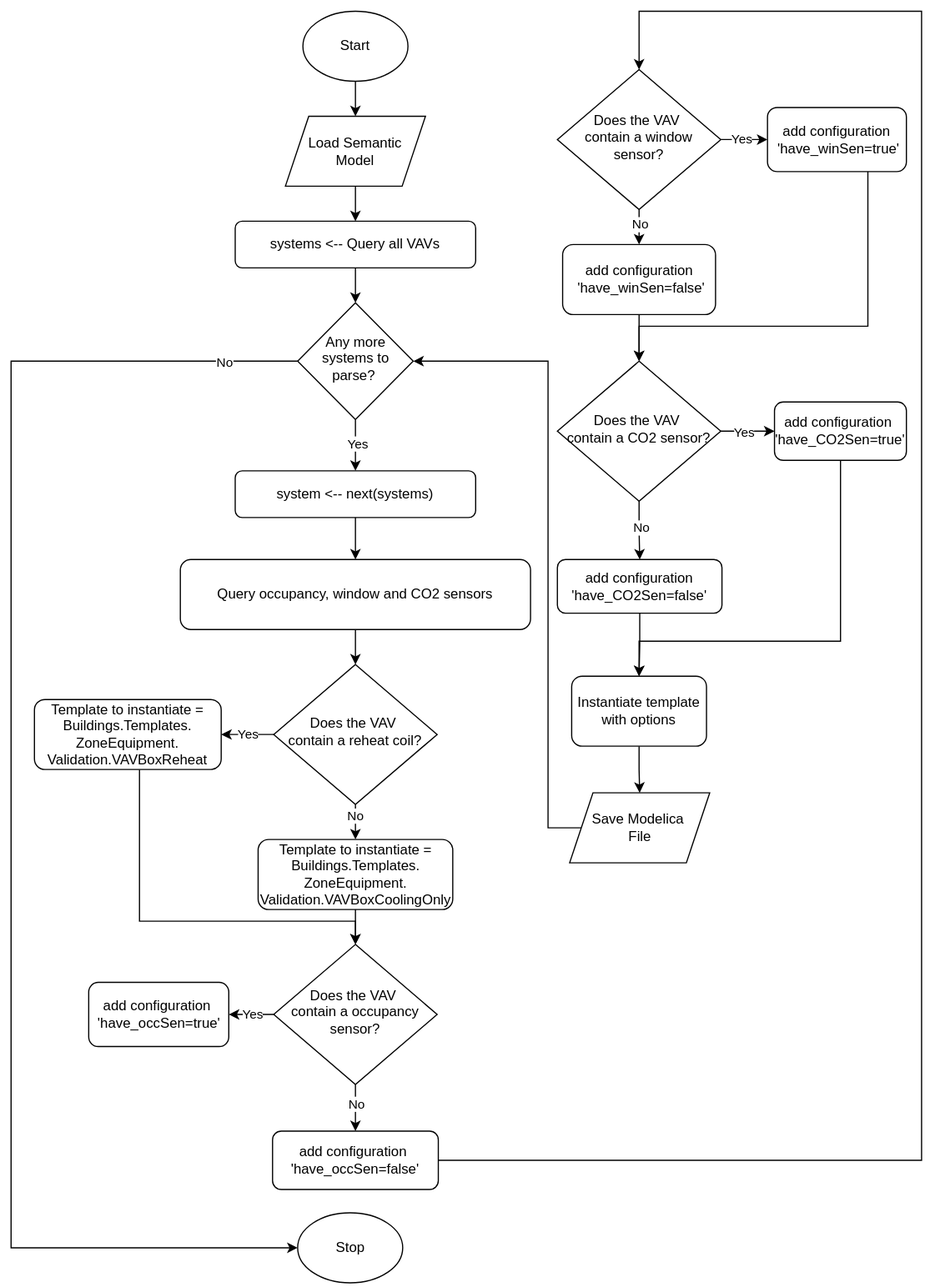
Earlier version of the draw.io export specification/source/img/VAVworkflow.svg (lbl-srg/obc). Source tidied: cells renumbered, new cells last; positions are measured from the earlier drawing's top-left corner, leaving out a move shared by most shapes. Source of this version:
```xml
<mxGraphModel>
  <root>
    <mxCell id="0" />
    <mxCell id="1" parent="0" />
    <mxCell id="2" style="edgeStyle=orthogonalEdgeStyle;rounded=0;jettySize=auto;html=1;entryX=0.5;entryY=0;entryDx=0;entryDy=0;" parent="1" edge="1" source="3" target="5">
      <mxGeometry relative="1" as="geometry" />
    </mxCell>
    <mxCell id="3" value="Load Semantic &lt;br&gt;Model" style="shape=parallelogram;perimeter=parallelogramPerimeter;whiteSpace=wrap;html=1;fixedSize=1;" parent="1" vertex="1">
      <mxGeometry x="235" y="90" width="120" height="60" as="geometry" />
    </mxCell>
    <mxCell id="4" style="edgeStyle=orthogonalEdgeStyle;rounded=0;jettySize=auto;html=1;" parent="1" edge="1" source="5" target="8">
      <mxGeometry relative="1" as="geometry" />
    </mxCell>
    <mxCell id="5" value="systems &amp;lt;-- Query all VAVs" style="rounded=1;whiteSpace=wrap;html=1;fontSize=12;glass=0;strokeWidth=1;shadow=0;" parent="1" vertex="1">
      <mxGeometry x="192" y="180" width="206" height="40" as="geometry" />
    </mxCell>
    <mxCell id="6" style="edgeStyle=orthogonalEdgeStyle;rounded=0;jettySize=auto;html=1;entryX=0;entryY=0.5;entryDx=0;entryDy=0;" parent="1" edge="1" source="8" target="55">
      <mxGeometry relative="1" as="geometry">
        <Array as="points">
          <mxPoint y="300" />
          <mxPoint y="1060" />
        </Array>
      </mxGeometry>
    </mxCell>
    <mxCell id="7" value="No" style="edgeLabel;html=1;align=center;verticalAlign=middle;" parent="6" vertex="1">
      <mxGeometry x="-0.9" relative="1" as="geometry" />
    </mxCell>
    <mxCell id="8" value="Any more systems to parse?&amp;nbsp;" style="rhombus;whiteSpace=wrap;html=1;shadow=0;fontFamily=Helvetica;fontSize=12;align=center;strokeWidth=1;spacing=6;spacingTop=-4;" parent="1" vertex="1">
      <mxGeometry x="245.5" y="250" width="99" height="100" as="geometry" />
    </mxCell>
    <mxCell id="9" style="edgeStyle=orthogonalEdgeStyle;rounded=0;jettySize=auto;html=1;" parent="1" edge="1" source="10" target="14">
      <mxGeometry relative="1" as="geometry" />
    </mxCell>
    <mxCell id="10" value="system &amp;lt;-- next(systems)" style="rounded=1;whiteSpace=wrap;html=1;fontSize=12;glass=0;strokeWidth=1;shadow=0;" parent="1" vertex="1">
      <mxGeometry x="192" y="394" width="206" height="40" as="geometry" />
    </mxCell>
    <mxCell id="11" style="endArrow=classic;html=1;rounded=0;exitX=0.5;exitY=1;exitDx=0;exitDy=0;entryX=0.5;entryY=0;entryDx=0;entryDy=0;" parent="1" edge="1" source="8" target="10">
      <mxGeometry relative="1" as="geometry" />
    </mxCell>
    <mxCell id="12" value="Yes" style="edgeLabel;html=1;align=center;verticalAlign=middle;" parent="11" vertex="1">
      <mxGeometry x="-0.08" y="1" relative="1" as="geometry" />
    </mxCell>
    <mxCell id="13" style="edgeStyle=orthogonalEdgeStyle;rounded=0;jettySize=auto;html=1;" parent="1" edge="1" source="14" target="21">
      <mxGeometry relative="1" as="geometry" />
    </mxCell>
    <mxCell id="14" value="Query occupancy, window and CO2 sensors" style="rounded=1;whiteSpace=wrap;html=1;fontSize=12;glass=0;strokeWidth=1;shadow=0;" parent="1" vertex="1">
      <mxGeometry x="145" y="470" width="300" height="60" as="geometry" />
    </mxCell>
    <mxCell id="15" style="edgeStyle=orthogonalEdgeStyle;rounded=0;orthogonalLoop=1;jettySize=auto;html=1;" parent="1" edge="1">
      <mxGeometry relative="1" as="geometry">
        <mxPoint x="153" y="635" as="sourcePoint" />
      </mxGeometry>
    </mxCell>
    <mxCell id="16" style="edgeStyle=orthogonalEdgeStyle;rounded=0;jettySize=auto;html=1;" parent="1" edge="1" source="17" target="3">
      <mxGeometry relative="1" as="geometry" />
    </mxCell>
    <mxCell id="17" value="Start" style="ellipse;whiteSpace=wrap;html=1;" parent="1" vertex="1">
      <mxGeometry x="250" width="90" height="60" as="geometry" />
    </mxCell>
    <mxCell id="18" value="Yes" style="edgeStyle=orthogonalEdgeStyle;rounded=0;jettySize=auto;html=1;" parent="1" edge="1" source="21" target="23">
      <mxGeometry relative="1" as="geometry" />
    </mxCell>
    <mxCell id="19" style="edgeStyle=orthogonalEdgeStyle;rounded=0;jettySize=auto;html=1;" parent="1" edge="1" source="21" target="25">
      <mxGeometry relative="1" as="geometry" />
    </mxCell>
    <mxCell id="20" value="No" style="edgeLabel;html=1;align=center;verticalAlign=middle;" parent="19" vertex="1">
      <mxGeometry x="0.5" y="-1" relative="1" as="geometry">
        <mxPoint y="-8" as="offset" />
      </mxGeometry>
    </mxCell>
    <mxCell id="21" value="Does the VAV&amp;nbsp;&lt;div&gt;contain a reheat coil?&lt;/div&gt;" style="rhombus;whiteSpace=wrap;html=1;shadow=0;fontFamily=Helvetica;fontSize=12;align=center;strokeWidth=1;spacing=6;spacingTop=-4;" parent="1" vertex="1">
      <mxGeometry x="225" y="560" width="140" height="120" as="geometry" />
    </mxCell>
    <mxCell id="22" style="edgeStyle=orthogonalEdgeStyle;rounded=0;jettySize=auto;html=1;entryX=0.5;entryY=0;entryDx=0;entryDy=0;" parent="1" edge="1" source="23" target="29">
      <mxGeometry relative="1" as="geometry">
        <Array as="points">
          <mxPoint x="110" y="780" />
          <mxPoint x="295" y="780" />
        </Array>
      </mxGeometry>
    </mxCell>
    <mxCell id="23" value="Template to instantiate = Buildings.Templates.&lt;div&gt;ZoneEquipment.&lt;div&gt;Validation.VAVBoxReheat&lt;/div&gt;&lt;/div&gt;" style="rounded=1;whiteSpace=wrap;html=1;fontSize=12;glass=0;strokeWidth=1;shadow=0;" parent="1" vertex="1">
      <mxGeometry x="20" y="590" width="160" height="60" as="geometry" />
    </mxCell>
    <mxCell id="24" style="edgeStyle=orthogonalEdgeStyle;rounded=0;jettySize=auto;html=1;" parent="1" edge="1" source="25" target="29">
      <mxGeometry relative="1" as="geometry" />
    </mxCell>
    <mxCell id="25" value="Template to instantiate = Buildings.Templates.&lt;div&gt;ZoneEquipment.&lt;div&gt;Validation.VAVBoxCoolingOnly&lt;/div&gt;&lt;/div&gt;" style="rounded=1;whiteSpace=wrap;html=1;fontSize=12;glass=0;strokeWidth=1;shadow=0;" parent="1" vertex="1">
      <mxGeometry x="211.6" y="710" width="166.8" height="60" as="geometry" />
    </mxCell>
    <mxCell id="26" value="Yes" style="edgeStyle=orthogonalEdgeStyle;rounded=0;jettySize=auto;html=1;" parent="1" edge="1" source="29" target="35">
      <mxGeometry relative="1" as="geometry" />
    </mxCell>
    <mxCell id="27" style="edgeStyle=orthogonalEdgeStyle;rounded=0;jettySize=auto;html=1;" parent="1" edge="1" source="29" target="37">
      <mxGeometry relative="1" as="geometry" />
    </mxCell>
    <mxCell id="28" value="No" style="edgeLabel;html=1;align=center;verticalAlign=middle;" parent="27" vertex="1">
      <mxGeometry x="0.39" y="2" relative="1" as="geometry">
        <mxPoint x="-2" y="-11" as="offset" />
      </mxGeometry>
    </mxCell>
    <mxCell id="29" value="Does the VAV&amp;nbsp;&lt;div&gt;contain a occupancy sensor?&lt;/div&gt;" style="rhombus;whiteSpace=wrap;html=1;shadow=0;fontFamily=Helvetica;fontSize=12;align=center;strokeWidth=1;spacing=6;spacingTop=-4;" parent="1" vertex="1">
      <mxGeometry x="225" y="800" width="140" height="120" as="geometry" />
    </mxCell>
    <mxCell id="30" style="edgeStyle=orthogonalEdgeStyle;rounded=0;jettySize=auto;html=1;" parent="1" edge="1" source="34" target="39">
      <mxGeometry relative="1" as="geometry" />
    </mxCell>
    <mxCell id="31" value="Yes" style="edgeLabel;html=1;align=center;verticalAlign=middle;" parent="30" vertex="1">
      <mxGeometry x="-0.11" y="1" relative="1" as="geometry" />
    </mxCell>
    <mxCell id="32" style="edgeStyle=orthogonalEdgeStyle;rounded=0;jettySize=auto;html=1;entryX=0.5;entryY=0;entryDx=0;entryDy=0;" parent="1" edge="1" source="34" target="41">
      <mxGeometry relative="1" as="geometry" />
    </mxCell>
    <mxCell id="33" value="No" style="edgeLabel;html=1;align=center;verticalAlign=middle;" parent="32" vertex="1">
      <mxGeometry x="0.46" relative="1" as="geometry">
        <mxPoint y="-4" as="offset" />
      </mxGeometry>
    </mxCell>
    <mxCell id="34" value="Does the VAV&amp;nbsp;&lt;div&gt;contain a window sensor?&lt;/div&gt;" style="rhombus;whiteSpace=wrap;html=1;shadow=0;fontFamily=Helvetica;fontSize=12;align=center;strokeWidth=1;spacing=6;spacingTop=-4;" parent="1" vertex="1">
      <mxGeometry x="468" y="50" width="140" height="120" as="geometry" />
    </mxCell>
    <mxCell id="35" value="add configuration&amp;nbsp;&lt;div&gt;'have_occSen=true'&lt;/div&gt;" style="rounded=1;whiteSpace=wrap;html=1;fontSize=12;glass=0;strokeWidth=1;shadow=0;" parent="1" vertex="1">
      <mxGeometry x="66.5" y="832.5" width="120" height="55" as="geometry" />
    </mxCell>
    <mxCell id="36" style="edgeStyle=orthogonalEdgeStyle;rounded=0;jettySize=auto;html=1;entryX=0.5;entryY=0;entryDx=0;entryDy=0;" parent="1" edge="1" source="37" target="34">
      <mxGeometry relative="1" as="geometry">
        <Array as="points">
          <mxPoint x="780" y="985" />
          <mxPoint x="780" />
          <mxPoint x="538" />
        </Array>
      </mxGeometry>
    </mxCell>
    <mxCell id="37" value="add configuration&amp;nbsp;&lt;div&gt;'have_occSen=false'&lt;/div&gt;" style="rounded=1;whiteSpace=wrap;html=1;fontSize=12;glass=0;strokeWidth=1;shadow=0;" parent="1" vertex="1">
      <mxGeometry x="224" y="960" width="142" height="50" as="geometry" />
    </mxCell>
    <mxCell id="38" style="edgeStyle=orthogonalEdgeStyle;rounded=0;jettySize=auto;html=1;" parent="1" edge="1" source="39" target="46">
      <mxGeometry relative="1" as="geometry">
        <Array as="points">
          <mxPoint x="734" y="270" />
          <mxPoint x="538" y="270" />
        </Array>
      </mxGeometry>
    </mxCell>
    <mxCell id="39" value="add configuration&lt;div&gt;&amp;nbsp;'have_winSen=true'&lt;/div&gt;" style="rounded=1;whiteSpace=wrap;html=1;fontSize=12;glass=0;strokeWidth=1;shadow=0;" parent="1" vertex="1">
      <mxGeometry x="648" y="82.5" width="119" height="55" as="geometry" />
    </mxCell>
    <mxCell id="40" style="edgeStyle=orthogonalEdgeStyle;rounded=0;jettySize=auto;html=1;" parent="1" edge="1" source="41" target="46">
      <mxGeometry relative="1" as="geometry" />
    </mxCell>
    <mxCell id="41" value="add configuration&lt;div&gt;&amp;nbsp;'have_winSen=false'&lt;/div&gt;" style="rounded=1;whiteSpace=wrap;html=1;fontSize=12;glass=0;strokeWidth=1;shadow=0;" parent="1" vertex="1">
      <mxGeometry x="472.5" y="200" width="131" height="60" as="geometry" />
    </mxCell>
    <mxCell id="42" style="edgeStyle=orthogonalEdgeStyle;rounded=0;jettySize=auto;html=1;" parent="1" edge="1" source="46" target="48">
      <mxGeometry relative="1" as="geometry" />
    </mxCell>
    <mxCell id="43" value="Yes" style="edgeLabel;html=1;align=center;verticalAlign=middle;" parent="42" vertex="1">
      <mxGeometry x="0.01" relative="1" as="geometry">
        <mxPoint x="-4" as="offset" />
      </mxGeometry>
    </mxCell>
    <mxCell id="44" style="edgeStyle=orthogonalEdgeStyle;rounded=0;jettySize=auto;html=1;" parent="1" edge="1" source="46" target="50">
      <mxGeometry relative="1" as="geometry" />
    </mxCell>
    <mxCell id="45" value="No" style="edgeLabel;html=1;align=center;verticalAlign=middle;" parent="44" vertex="1">
      <mxGeometry x="-0.12" y="1" relative="1" as="geometry" />
    </mxCell>
    <mxCell id="46" value="Does the VAV&amp;nbsp;&lt;div&gt;contain a CO2 sensor?&lt;/div&gt;" style="rhombus;whiteSpace=wrap;html=1;shadow=0;fontFamily=Helvetica;fontSize=12;align=center;strokeWidth=1;spacing=6;spacingTop=-4;" parent="1" vertex="1">
      <mxGeometry x="468" y="300" width="140" height="120" as="geometry" />
    </mxCell>
    <mxCell id="47" style="edgeStyle=orthogonalEdgeStyle;rounded=0;jettySize=auto;html=1;entryX=0.5;entryY=0;entryDx=0;entryDy=0;" parent="1" edge="1" source="48" target="52">
      <mxGeometry relative="1" as="geometry">
        <Array as="points">
          <mxPoint x="711" y="540" />
          <mxPoint x="538" y="540" />
        </Array>
      </mxGeometry>
    </mxCell>
    <mxCell id="48" value="add configuration&amp;nbsp;&lt;div&gt;'have_CO2Sen=true'&lt;/div&gt;" style="rounded=1;whiteSpace=wrap;html=1;fontSize=12;glass=0;strokeWidth=1;shadow=0;" parent="1" vertex="1">
      <mxGeometry x="654" y="335" width="113" height="50" as="geometry" />
    </mxCell>
    <mxCell id="49" style="edgeStyle=orthogonalEdgeStyle;rounded=0;jettySize=auto;html=1;" parent="1" edge="1" source="50" target="52">
      <mxGeometry relative="1" as="geometry" />
    </mxCell>
    <mxCell id="50" value="add configuration 'have_CO2Sen=false'" style="rounded=1;whiteSpace=wrap;html=1;fontSize=12;glass=0;strokeWidth=1;shadow=0;" parent="1" vertex="1">
      <mxGeometry x="468" y="470" width="141" height="46" as="geometry" />
    </mxCell>
    <mxCell id="51" style="edgeStyle=orthogonalEdgeStyle;rounded=0;jettySize=auto;html=1;entryX=0.5;entryY=0;entryDx=0;entryDy=0;" parent="1" edge="1" source="52" target="54">
      <mxGeometry relative="1" as="geometry" />
    </mxCell>
    <mxCell id="52" value="Instantiate template with options" style="rounded=1;whiteSpace=wrap;html=1;fontSize=12;glass=0;strokeWidth=1;shadow=0;" parent="1" vertex="1">
      <mxGeometry x="480.2" y="570" width="115.5" height="60" as="geometry" />
    </mxCell>
    <mxCell id="53" style="edgeStyle=orthogonalEdgeStyle;rounded=0;jettySize=auto;html=1;entryX=1;entryY=0.5;entryDx=0;entryDy=0;" parent="1" edge="1" source="54" target="8">
      <mxGeometry relative="1" as="geometry">
        <Array as="points">
          <mxPoint x="460" y="700" />
          <mxPoint x="460" y="300" />
        </Array>
      </mxGeometry>
    </mxCell>
    <mxCell id="54" value="Save Modelica&amp;nbsp;&lt;div&gt;File&lt;/div&gt;" style="shape=parallelogram;perimeter=parallelogramPerimeter;whiteSpace=wrap;html=1;fixedSize=1;" parent="1" vertex="1">
      <mxGeometry x="478.5" y="670" width="120" height="60" as="geometry" />
    </mxCell>
    <mxCell id="55" value="Stop" style="ellipse;whiteSpace=wrap;html=1;" parent="1" vertex="1">
      <mxGeometry x="245.5" y="1030" width="90" height="60" as="geometry" />
    </mxCell>
  </root>
</mxGraphModel>
```
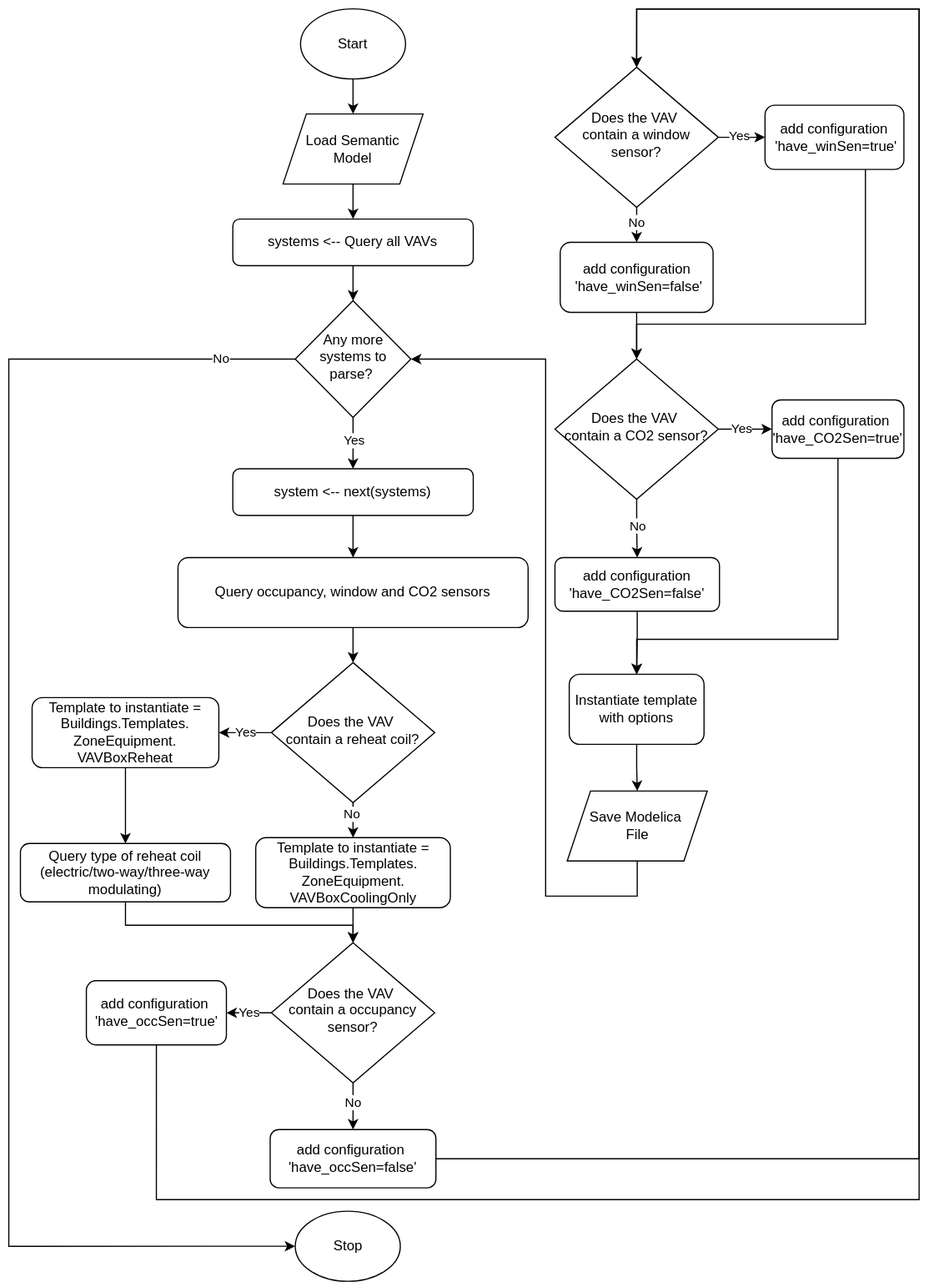
Above is the later version.

Commit message:
updating flow chart to include querying the reheat coil

What changed in the source:
```diff
@@ -71,21 +71,16 @@
     <mxCell id="21" value="Does the VAV&amp;nbsp;&lt;div&gt;contain a reheat coil?&lt;/div&gt;" style="rhombus;whiteSpace=wrap;html=1;shadow=0;fontFamily=Helvetica;fontSize=12;align=center;strokeWidth=1;spacing=6;spacingTop=-4;" parent="1" vertex="1">
       <mxGeometry x="225" y="560" width="140" height="120" as="geometry" />
     </mxCell>
-    <mxCell id="22" style="edgeStyle=orthogonalEdgeStyle;rounded=0;jettySize=auto;html=1;entryX=0.5;entryY=0;entryDx=0;entryDy=0;" parent="1" edge="1" source="23" target="29">
-      <mxGeometry relative="1" as="geometry">
-        <Array as="points">
-          <mxPoint x="110" y="780" />
-          <mxPoint x="295" y="780" />
-        </Array>
-      </mxGeometry>
-    </mxCell>
+    <mxCell id="56" style="edgeStyle=orthogonalEdgeStyle;rounded=0;jettySize=auto;html=1;" parent="1" edge="1" source="23" target="59">
+      <mxGeometry relative="1" as="geometry" />
+    </mxCell>
-    <mxCell id="23" value="Template to instantiate = Buildings.Templates.&lt;div&gt;ZoneEquipment.&lt;div&gt;Validation.VAVBoxReheat&lt;/div&gt;&lt;/div&gt;" style="rounded=1;whiteSpace=wrap;html=1;fontSize=12;glass=0;strokeWidth=1;shadow=0;" parent="1" vertex="1">
+    <mxCell id="23" value="Template to instantiate = Buildings.Templates.&lt;div&gt;ZoneEquipment.&lt;div&gt;VAVBoxReheat&lt;/div&gt;&lt;/div&gt;" style="rounded=1;whiteSpace=wrap;html=1;fontSize=12;glass=0;strokeWidth=1;shadow=0;" parent="1" vertex="1">
       <mxGeometry x="20" y="590" width="160" height="60" as="geometry" />
     </mxCell>
     <mxCell id="24" style="edgeStyle=orthogonalEdgeStyle;rounded=0;jettySize=auto;html=1;" parent="1" edge="1" source="25" target="29">
       <mxGeometry relative="1" as="geometry" />
     </mxCell>
-    <mxCell id="25" value="Template to instantiate = Buildings.Templates.&lt;div&gt;ZoneEquipment.&lt;div&gt;Validation.VAVBoxCoolingOnly&lt;/div&gt;&lt;/div&gt;" style="rounded=1;whiteSpace=wrap;html=1;fontSize=12;glass=0;strokeWidth=1;shadow=0;" parent="1" vertex="1">
+    <mxCell id="25" value="Template to instantiate = Buildings.Templates.&lt;div&gt;ZoneEquipment.&lt;/div&gt;&lt;div&gt;&lt;span style=&quot;background-color: initial;&quot;&gt;VAVBoxCoolingOnly&lt;/span&gt;&lt;/div&gt;" style="rounded=1;whiteSpace=wrap;html=1;fontSize=12;glass=0;strokeWidth=1;shadow=0;" parent="1" vertex="1">
       <mxGeometry x="211.6" y="710" width="166.8" height="60" as="geometry" />
     </mxCell>
     <mxCell id="26" value="Yes" style="edgeStyle=orthogonalEdgeStyle;rounded=0;jettySize=auto;html=1;" parent="1" edge="1" source="29" target="35">
@@ -119,6 +114,16 @@
     <mxCell id="34" value="Does the VAV&amp;nbsp;&lt;div&gt;contain a window sensor?&lt;/div&gt;" style="rhombus;whiteSpace=wrap;html=1;shadow=0;fontFamily=Helvetica;fontSize=12;align=center;strokeWidth=1;spacing=6;spacingTop=-4;" parent="1" vertex="1">
       <mxGeometry x="468" y="50" width="140" height="120" as="geometry" />
     </mxCell>
+    <mxCell id="57" style="edgeStyle=orthogonalEdgeStyle;rounded=0;jettySize=auto;html=1;exitX=0.5;exitY=1;exitDx=0;exitDy=0;entryX=0.5;entryY=0;entryDx=0;entryDy=0;" parent="1" edge="1" source="35" target="34">
+      <mxGeometry relative="1" as="geometry">
+        <Array as="points">
+          <mxPoint x="126" y="1020" />
+          <mxPoint x="780" y="1020" />
+          <mxPoint x="780" />
+          <mxPoint x="538" />
+        </Array>
+      </mxGeometry>
+    </mxCell>
     <mxCell id="35" value="add configuration&amp;nbsp;&lt;div&gt;'have_occSen=true'&lt;/div&gt;" style="rounded=1;whiteSpace=wrap;html=1;fontSize=12;glass=0;strokeWidth=1;shadow=0;" parent="1" vertex="1">
       <mxGeometry x="66.5" y="832.5" width="120" height="55" as="geometry" />
     </mxCell>
@@ -191,10 +196,11 @@
     <mxCell id="52" value="Instantiate template with options" style="rounded=1;whiteSpace=wrap;html=1;fontSize=12;glass=0;strokeWidth=1;shadow=0;" parent="1" vertex="1">
       <mxGeometry x="480.2" y="570" width="115.5" height="60" as="geometry" />
     </mxCell>
-    <mxCell id="53" style="edgeStyle=orthogonalEdgeStyle;rounded=0;jettySize=auto;html=1;entryX=1;entryY=0.5;entryDx=0;entryDy=0;" parent="1" edge="1" source="54" target="8">
+    <mxCell id="53" style="edgeStyle=orthogonalEdgeStyle;rounded=0;jettySize=auto;html=1;entryX=1;entryY=0.5;entryDx=0;entryDy=0;exitX=0.5;exitY=1;exitDx=0;exitDy=0;" parent="1" edge="1" source="54" target="8">
       <mxGeometry relative="1" as="geometry">
         <Array as="points">
-          <mxPoint x="460" y="700" />
+          <mxPoint x="538" y="760" />
+          <mxPoint x="460" y="760" />
           <mxPoint x="460" y="300" />
         </Array>
       </mxGeometry>
@@ -205,5 +211,16 @@
     <mxCell id="55" value="Stop" style="ellipse;whiteSpace=wrap;html=1;" parent="1" vertex="1">
       <mxGeometry x="245.5" y="1030" width="90" height="60" as="geometry" />
     </mxCell>
+    <mxCell id="58" style="edgeStyle=orthogonalEdgeStyle;rounded=0;jettySize=auto;html=1;entryX=0.5;entryY=0;entryDx=0;entryDy=0;exitX=0.5;exitY=1;exitDx=0;exitDy=0;" parent="1" edge="1" source="59" target="29">
+      <mxGeometry relative="1" as="geometry">
+        <Array as="points">
+          <mxPoint x="100" y="785" />
+          <mxPoint x="295" y="785" />
+        </Array>
+      </mxGeometry>
+    </mxCell>
+    <mxCell id="59" value="Query type of reheat coil&lt;div&gt;(electric/two-way/three-way modulating)&lt;/div&gt;" style="rounded=1;whiteSpace=wrap;html=1;fontSize=12;glass=0;strokeWidth=1;shadow=0;" parent="1" vertex="1">
+      <mxGeometry x="10" y="715" width="180" height="50" as="geometry" />
+    </mxCell>
   </root>
 </mxGraphModel>
```
